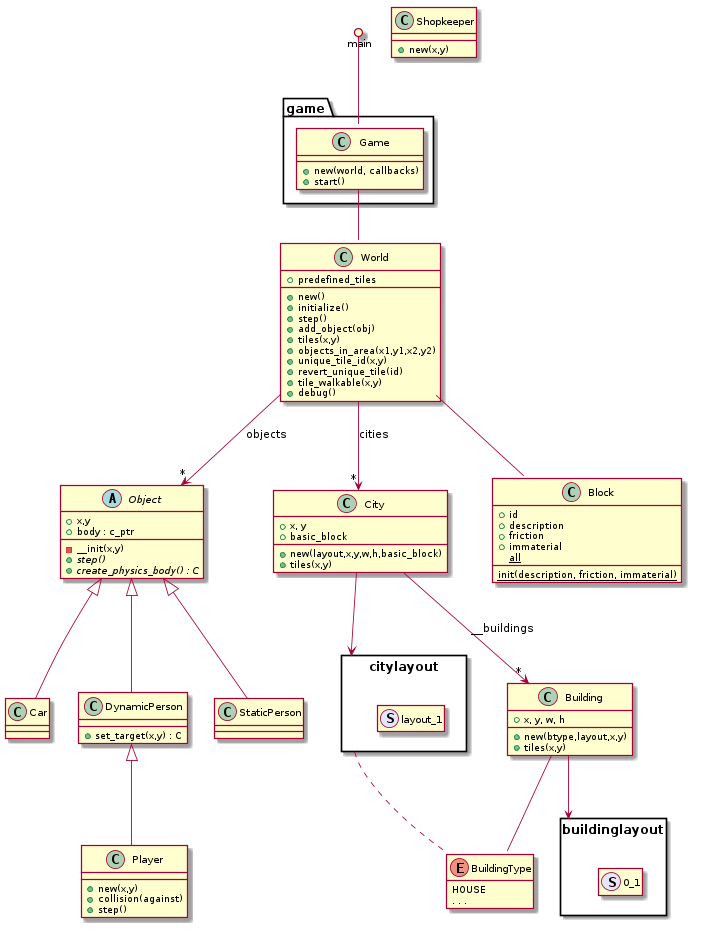
The PlantUML diagram doc/classes.png in andrenho/newhope, before a commit.
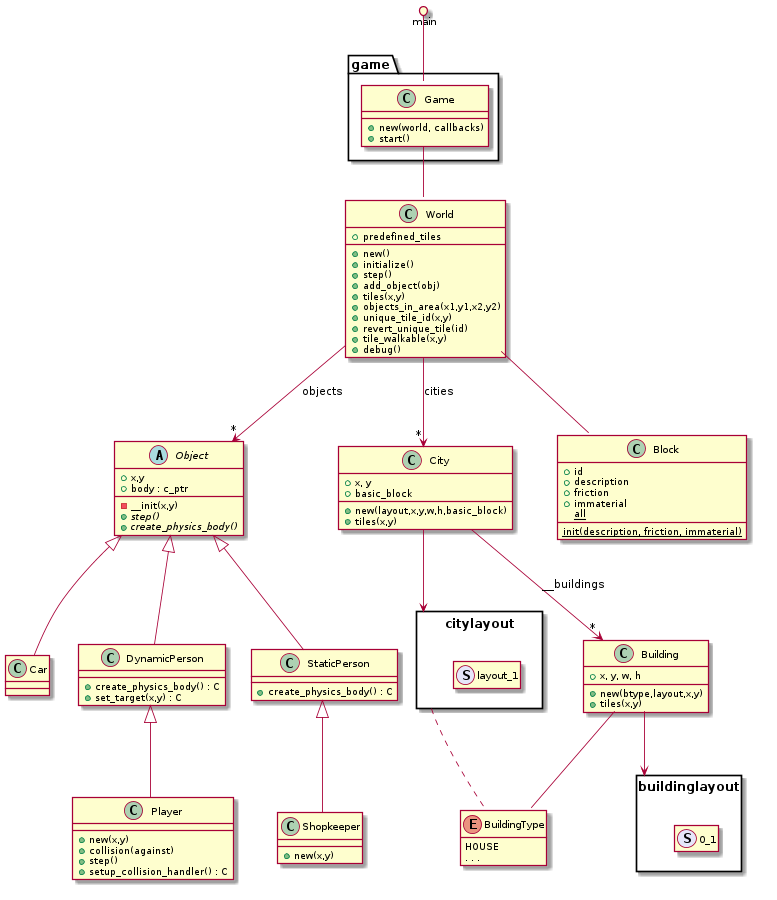
After the change.

What changed in the source:
```diff
@@ -7,6 +7,7 @@
 Object <|-- StaticPerson
 Object <|-- Car
 DynamicPerson <|-- Player
+StaticPerson <|-- Shopkeeper
 
 package game {
   class Game
@@ -57,20 +58,23 @@
   -__init(x,y)
   +body : c_ptr
   +{abstract} step()
-  +{abstract} create_physics_body() : C
+  +{abstract} create_physics_body()
 }
 
 class DynamicPerson {
+  +create_physics_body() : C
   +set_target(x,y) : C
 }
 
 class StaticPerson {
+  +create_physics_body() : C
 }
 
 class Player {
   +new(x,y)
   +collision(against)
   +step()
+  +setup_collision_handler() : C
 }
 
 class Shopkeeper {
```
